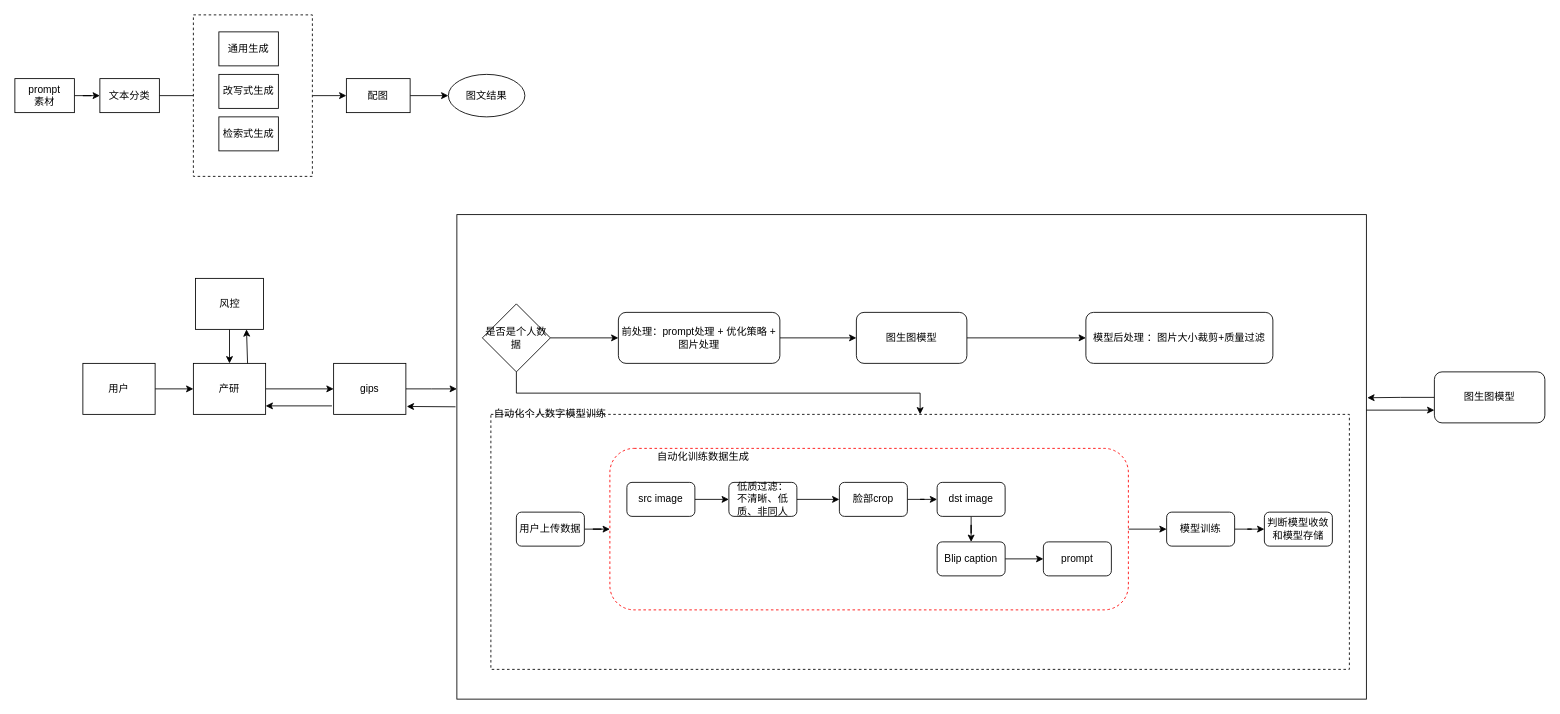
The draw.io diagram 图文生产.drawio in 2018liuyan/one, before the edit. Source tidied: cells renumbered, new cells numbered last; positions are measured from the earlier drawing's top-left corner, leaving out a move shared by most shapes. Both pictures are drawn from the tidied source at 85%, with x=0, y=0 at pixel (14, 14).
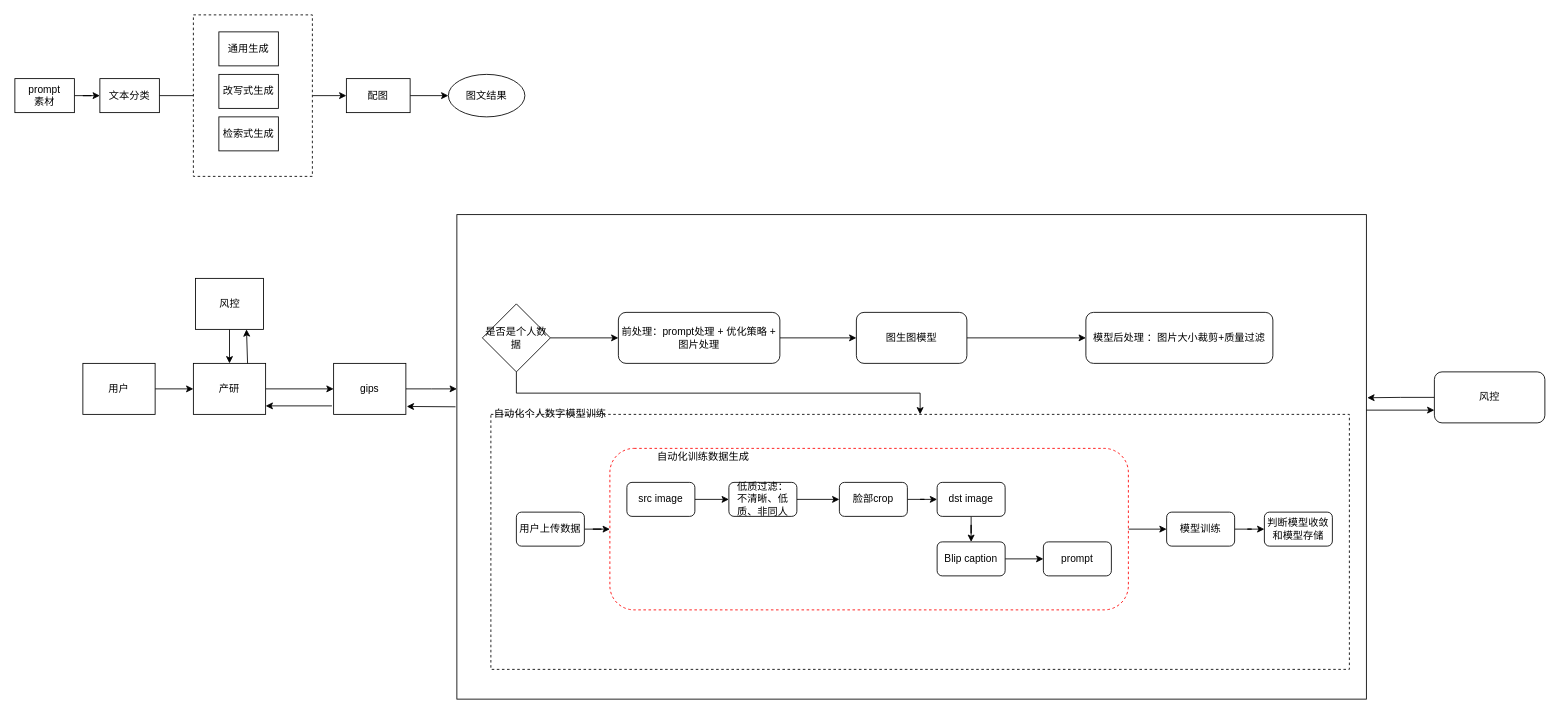
The same diagram, later.

Commit message:
更新图文生产.drawio

The edit, as a diff of the source:
```diff
@@
-    <mxCell id="56" value="图生图模型" style="rounded=1;whiteSpace=wrap;html=1;" parent="1" vertex="1">
+    <mxCell id="56" value="风控" style="rounded=1;whiteSpace=wrap;html=1;" parent="1" vertex="1">
       <mxGeometry x="1670" y="420" width="130" height="60" as="geometry" />
     </mxCell>
```
